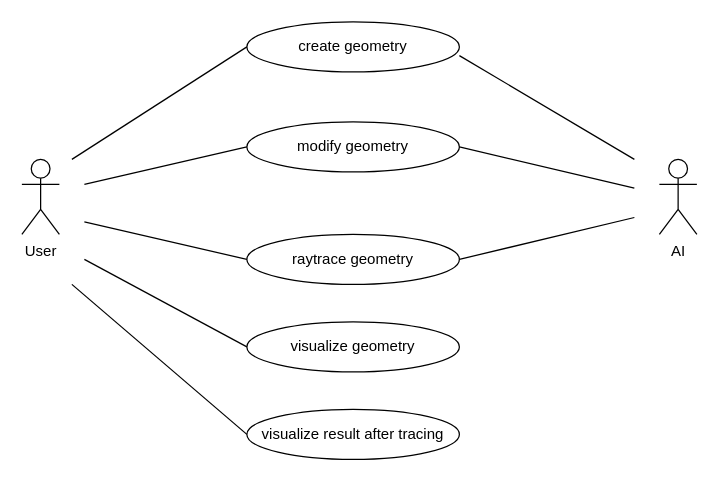
ZJ605/AllInOneDesign keeps this draw.io diagram as page "UseCaseDiagram" (1 of 6) of UseCaseDiagram.drawio. Above is the earlier version. Source tidied: cells renumbered, new cells numbered last; positions are measured from the earlier drawing's top-left corner, leaving out a move shared by most shapes. Both pictures are drawn from the tidied source at 125%, with x=0, y=0 at pixel (21, 21).
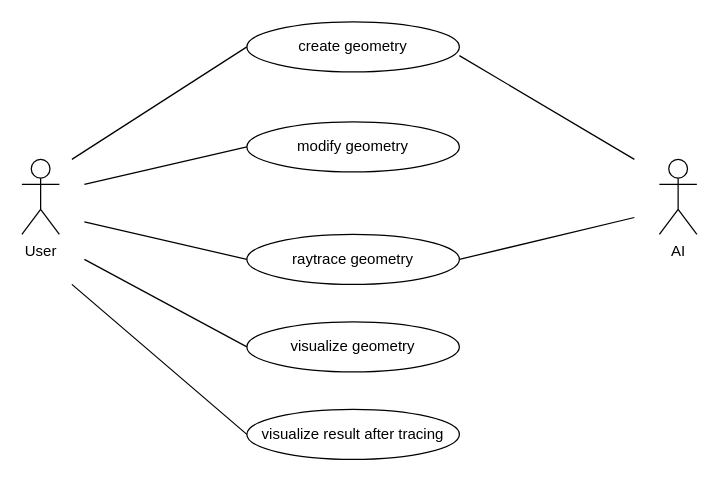
Above is the later version.

The change refers to these unchanged cells:
```xml
<mxCell id="4" value="modify geometry" style="ellipse;whiteSpace=wrap;html=1;" parent="1" vertex="1">
  <mxGeometry x="180" y="80" width="170" height="40" as="geometry" />
</mxCell>
```

What changed in the source:
```diff
@@
-    <mxCell id="15" style="endArrow=none;html=1;entryX=1;entryY=0.5;entryDx=0;entryDy=0;" parent="1" edge="1" target="4">
-      <mxGeometry relative="1" as="geometry">
-        <mxPoint x="490" y="133" as="sourcePoint" />
-      </mxGeometry>
-    </mxCell>
```
